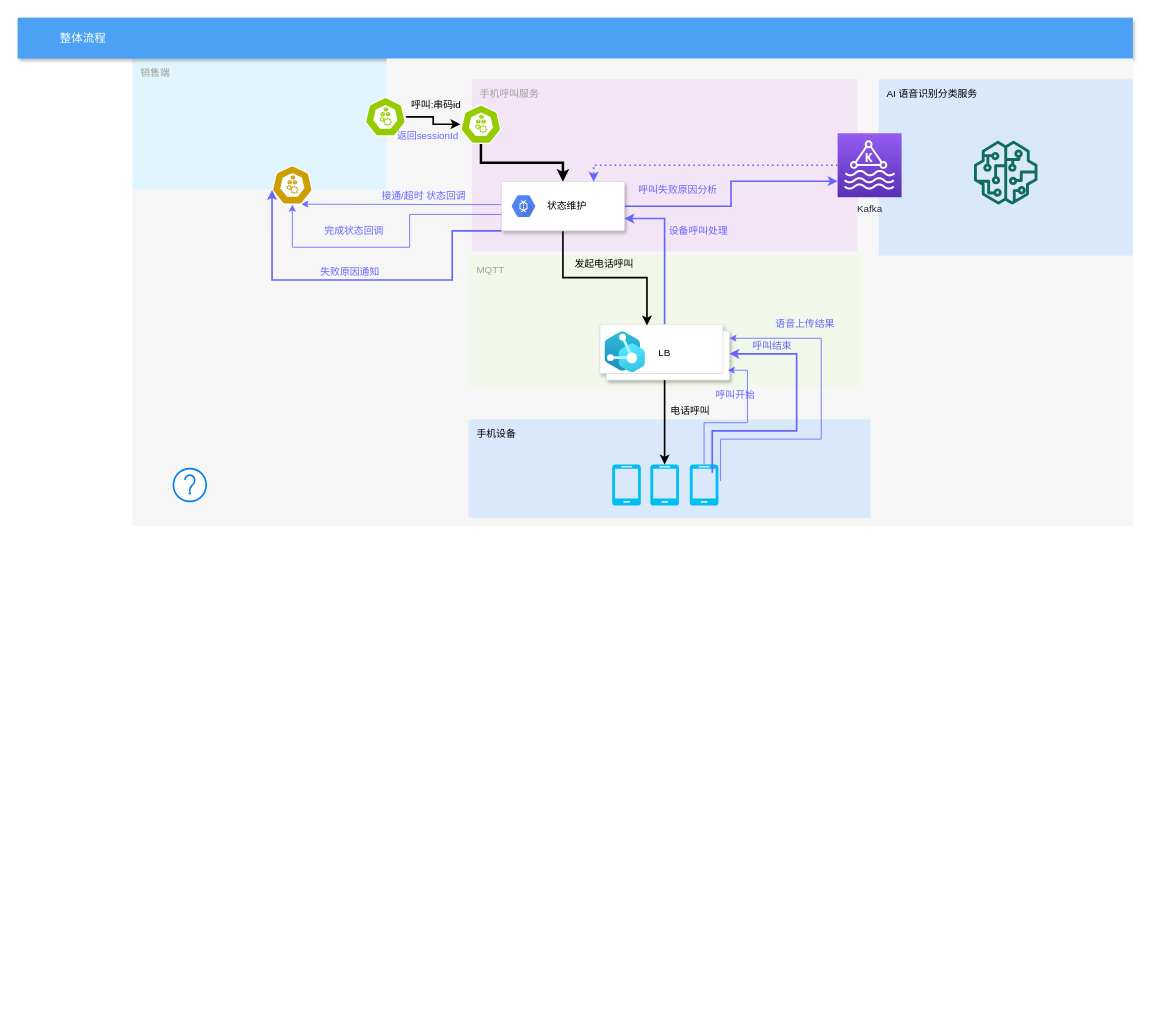
The draw.io diagram craft/Copy of task_magr1.drawio in feihu618/drawio, before the edit. Source tidied: cells renumbered, new cells numbered last; positions are measured from the earlier drawing's top-left corner, leaving out a move shared by most shapes. Both pictures are drawn from the tidied source at 82%, with x=0, y=0 at pixel (17, 17). Pictures stored in the file or linked from it are replaced by grey dashed boxes.
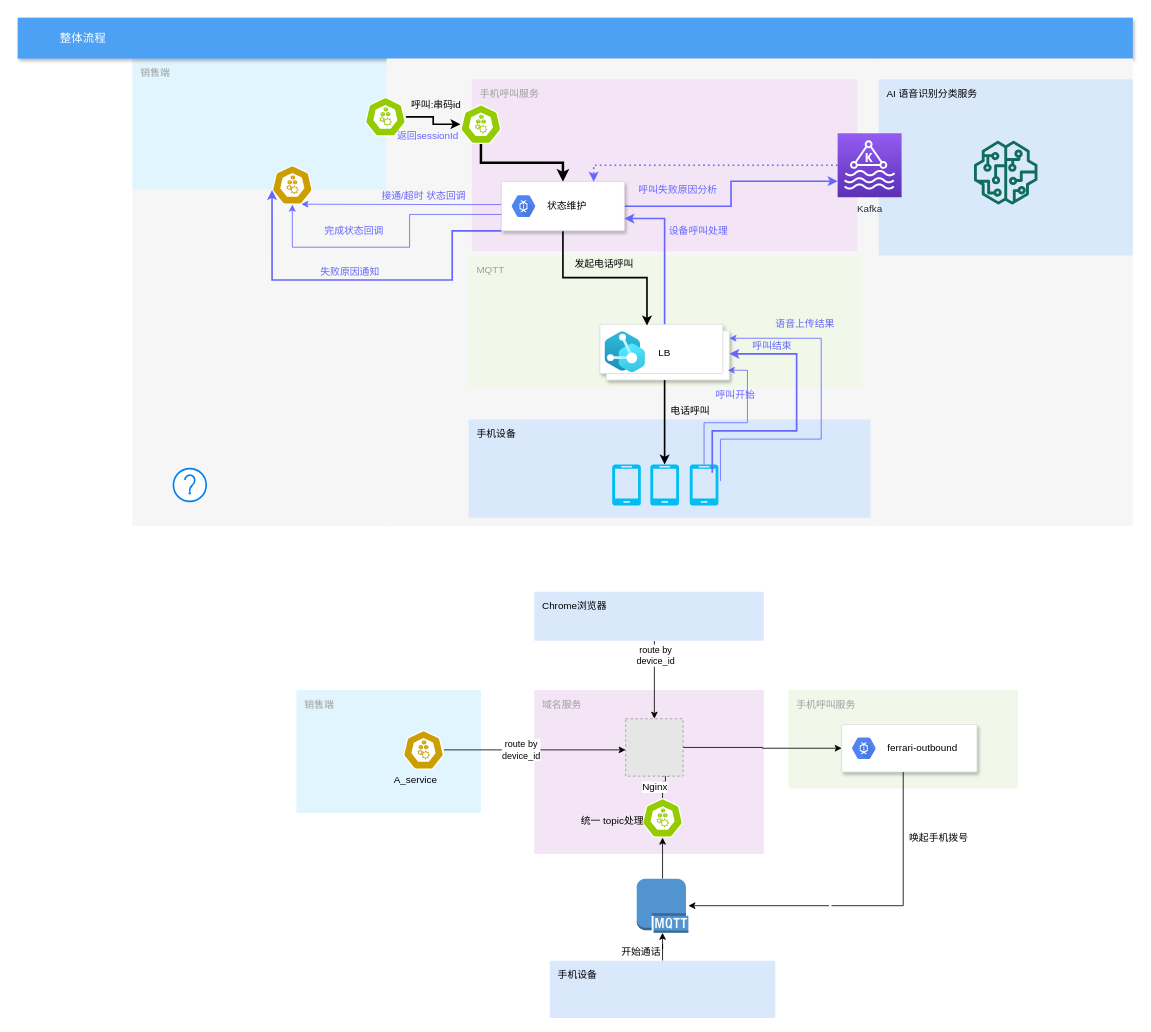
The same page after the edit.

Diff of the diagram source:
```diff
@@
+    <mxCell id="51" value="销售端" style="rounded=1;absoluteArcSize=1;arcSize=2;html=1;strokeColor=none;gradientColor=none;shadow=0;dashed=0;strokeColor=none;fontSize=12;fontColor=#9E9E9E;align=left;verticalAlign=top;spacing=10;spacingTop=-4;fillColor=#E1F5FE;" parent="1" vertex="1">
+      <mxGeometry x="340" y="820" width="225" height="150" as="geometry" />
+    </mxCell>
+    <mxCell id="52" value="域名服务" style="rounded=1;absoluteArcSize=1;arcSize=2;html=1;strokeColor=none;gradientColor=none;shadow=0;dashed=0;fontSize=12;fontColor=#9E9E9E;align=left;verticalAlign=top;spacing=10;spacingTop=-4;fillColor=#F3E5F5;" parent="1" vertex="1">
+      <mxGeometry x="630" y="820" width="280" height="200" as="geometry" />
+    </mxCell>
+    <mxCell id="53" style="edgeStyle=orthogonalEdgeStyle;rounded=0;jettySize=auto;html=1;entryX=0.5;entryY=0;entryDx=0;entryDy=0;" parent="1" edge="1" source="55" target="63">
+      <mxGeometry relative="1" as="geometry">
+        <Array as="points">
+          <mxPoint x="777" y="810" />
+        </Array>
+      </mxGeometry>
+    </mxCell>
+    <mxCell id="54" value="route by &lt;br&gt;device_id" style="edgeLabel;html=1;align=center;verticalAlign=middle;" parent="53" vertex="1">
+      <mxGeometry x="-0.64" y="1" relative="1" as="geometry" />
+    </mxCell>
+    <mxCell id="55" value="Chrome浏览器" style="rounded=1;absoluteArcSize=1;arcSize=2;html=1;strokeColor=#6c8ebf;shadow=0;dashed=0;strokeColor=none;fontSize=12;align=left;verticalAlign=top;spacing=10;spacingTop=-4;fillColor=#dae8fc;" parent="1" vertex="1">
+      <mxGeometry x="630" y="700" width="280" height="60" as="geometry" />
+    </mxCell>
+    <mxCell id="56" style="edgeStyle=orthogonalEdgeStyle;rounded=0;jettySize=auto;html=1;entryX=0.5;entryY=1;entryDx=0;entryDy=0;entryPerimeter=0;" parent="1" edge="1" source="57" target="65">
+      <mxGeometry relative="1" as="geometry" />
+    </mxCell>
+    <mxCell id="57" value="手机设备" style="rounded=1;absoluteArcSize=1;arcSize=2;html=1;strokeColor=#6c8ebf;shadow=0;dashed=0;strokeColor=none;fontSize=12;align=left;verticalAlign=top;spacing=10;spacingTop=-4;fillColor=#dae8fc;" parent="1" vertex="1">
+      <mxGeometry x="649" y="1150" width="275" height="70" as="geometry" />
+    </mxCell>
+    <mxCell id="58" style="edgeStyle=orthogonalEdgeStyle;rounded=0;jettySize=auto;html=1;entryX=0.693;entryY=0.886;entryDx=0;entryDy=0;entryPerimeter=0;" parent="1" edge="1" source="59" target="63">
+      <mxGeometry relative="1" as="geometry" />
+    </mxCell>
+    <mxCell id="59" style="html=1;dashed=0;whitespace=wrap;fillColor=#95cc01;strokeColor=#ffffff;points=[[0.005,0.63,0],[0.1,0.2,0],[0.9,0.2,0],[0.5,0,0],[0.995,0.63,0],[0.72,0.99,0],[0.5,1,0],[0.28,0.99,0]];shape=mxgraph.kubernetes.icon;prIcon=node;" parent="1" vertex="1">
+      <mxGeometry x="761.5" y="952" width="50" height="48" as="geometry" />
+    </mxCell>
+    <mxCell id="60" style="edgeStyle=orthogonalEdgeStyle;rounded=0;jettySize=auto;html=1;" parent="1" edge="1" source="62" target="63">
+      <mxGeometry relative="1" as="geometry">
+        <Array as="points">
+          <mxPoint x="590" y="893" />
+          <mxPoint x="590" y="893" />
+        </Array>
+      </mxGeometry>
+    </mxCell>
+    <mxCell id="61" value="route by&lt;br&gt;device_id" style="edgeLabel;html=1;align=center;verticalAlign=middle;" parent="60" vertex="1">
+      <mxGeometry x="-0.16" y="1" relative="1" as="geometry" />
+    </mxCell>
+    <mxCell id="62" style="html=1;dashed=0;whitespace=wrap;fillColor=#cc9e01;strokeColor=#ffffff;points=[[0.005,0.63,0],[0.1,0.2,0],[0.9,0.2,0],[0.5,0,0],[0.995,0.63,0],[0.72,0.99,0],[0.5,1,0],[0.28,0.99,0]];shape=mxgraph.kubernetes.icon;prIcon=node;" parent="1" vertex="1">
+      <mxGeometry x="470" y="869" width="50" height="48" as="geometry" />
+    </mxCell>
+    <mxCell id="63" value="Nginx" style="fillColor=#E6E6E6;strokeColor=#999999;dashed=1;html=1;verticalAlign=top;verticalLabelPosition=bottom;labelBackgroundColor=#ffffff;" parent="1" vertex="1">
+      <mxGeometry x="741.5" y="855" width="70" height="70" as="geometry" />
+    </mxCell>
+    <mxCell id="64" style="edgeStyle=orthogonalEdgeStyle;rounded=0;jettySize=auto;html=1;entryX=0.5;entryY=1;entryDx=0;entryDy=0;entryPerimeter=0;" parent="1" edge="1" source="65" target="59">
+      <mxGeometry relative="1" as="geometry" />
+    </mxCell>
+    <mxCell id="65" style="outlineConnect=0;dashed=0;verticalLabelPosition=bottom;verticalAlign=top;align=center;html=1;shape=mxgraph.aws3.mqtt_protocol;fillColor=#5294CF;gradientColor=none;" parent="1" vertex="1">
+      <mxGeometry x="755" y="1050" width="63" height="66" as="geometry" />
+    </mxCell>
+    <mxCell id="66" value="A_service" style="text;html=1;align=center;verticalAlign=middle;fillColor=none;strokeColor=none;rounded=0;" parent="1" vertex="1">
+      <mxGeometry x="450" y="920" width="70" height="20" as="geometry" />
+    </mxCell>
+    <mxCell id="67" value="唤起手机拨号" style="text;html=1;align=center;verticalAlign=middle;fillColor=none;strokeColor=none;rounded=0;" parent="1" vertex="1">
+      <mxGeometry x="1078" y="990" width="90" height="20" as="geometry" />
+    </mxCell>
+    <mxCell id="68" value="开始通话" style="text;html=1;align=center;verticalAlign=middle;fillColor=none;strokeColor=none;rounded=0;" parent="1" vertex="1">
+      <mxGeometry x="730" y="1130" width="60" height="20" as="geometry" />
+    </mxCell>
+    <mxCell id="69" value="统一 topic处理" style="text;html=1;align=center;verticalAlign=middle;fillColor=none;strokeColor=none;rounded=0;" parent="1" vertex="1">
+      <mxGeometry x="680" y="970" width="90" height="20" as="geometry" />
+    </mxCell>
+    <mxCell id="70" value="手机呼叫服务" style="rounded=1;absoluteArcSize=1;arcSize=2;html=1;strokeColor=none;gradientColor=none;shadow=0;dashed=0;strokeColor=none;fontSize=12;fontColor=#9E9E9E;align=left;verticalAlign=top;spacing=10;spacingTop=-4;fillColor=#F1F8E9;" parent="1" vertex="1">
+      <mxGeometry x="940" y="820" width="280" height="120" as="geometry" />
+    </mxCell>
+    <mxCell id="71" style="strokeColor=#dddddd;shadow=1;strokeWidth=1;rounded=1;absoluteArcSize=1;arcSize=2;fontColor=#6666FF;" parent="1" vertex="1">
+      <mxGeometry x="1005" y="862" width="165" height="58" as="geometry" />
+    </mxCell>
+    <mxCell id="72" value="&lt;font color=&quot;#000000&quot;&gt;ferrari-outbound&lt;/font&gt;" style="dashed=0;html=1;fillColor=#5184F3;strokeColor=none;shape=mxgraph.gcp2.hexIcon;prIcon=cloud_dataflow;labelPosition=right;verticalLabelPosition=middle;align=left;verticalAlign=middle;spacingLeft=5;fontColor=#999999;fontSize=12;" parent="71" vertex="1">
+      <mxGeometry y="0.5" width="44" height="39" relative="1" as="geometry">
+        <mxPoint x="5" y="-19.5" as="offset" />
+      </mxGeometry>
+    </mxCell>
+    <mxCell id="73" style="edgeStyle=orthogonalEdgeStyle;rounded=0;jettySize=auto;html=1;" parent="1" edge="1" source="71" target="65">
+      <mxGeometry relative="1" as="geometry">
+        <Array as="points">
+          <mxPoint x="1080" y="1083" />
+        </Array>
+      </mxGeometry>
+    </mxCell>
+    <mxCell id="74" value="&amp;nbsp;" style="edgeLabel;html=1;align=center;verticalAlign=middle;" parent="73" vertex="1">
+      <mxGeometry x="0.19" y="-4" relative="1" as="geometry" />
+    </mxCell>
+    <mxCell id="75" style="edgeStyle=orthogonalEdgeStyle;rounded=0;jettySize=auto;html=1;" parent="1" edge="1" source="63" target="71">
+      <mxGeometry relative="1" as="geometry" />
+    </mxCell>
```
